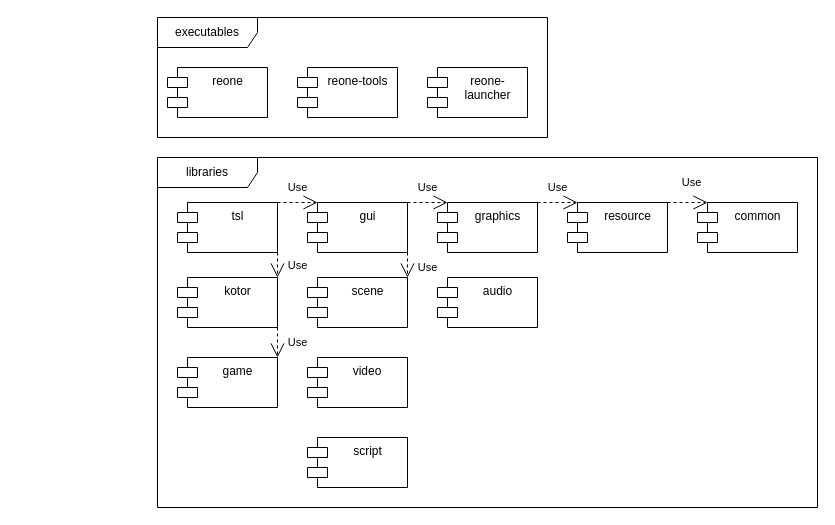
seedhartha/reone keeps this draw.io diagram as doc/diagram/modules.drawio. Above is the earlier version. Source tidied: cells renumbered, new cells numbered last; positions are measured from the earlier drawing's top-left corner, leaving out a move shared by most shapes. Both pictures are drawn from the tidied source at 100%, with x=0, y=0 at pixel (157, 17).
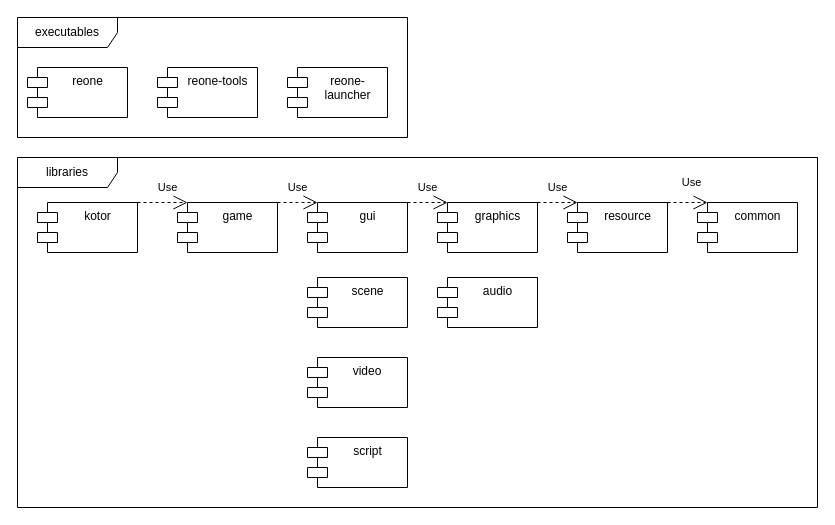
The same diagram, later.

The change refers to these unchanged cells:
```xml
<mxCell id="8" value="scene" style="shape=module;align=left;spacingLeft=20;align=center;verticalAlign=top;html=1;" parent="1" vertex="1">
  <mxGeometry x="150" y="260" width="100" height="50" as="geometry" />
</mxCell>
<mxCell id="9" value="gui" style="shape=module;align=left;spacingLeft=20;align=center;verticalAlign=top;html=1;" parent="1" vertex="1">
  <mxGeometry x="150" y="185" width="100" height="50" as="geometry" />
</mxCell>
```

The edit, as a diff of the source:
```diff
@@
     <mxCell id="2" value="executables" style="shape=umlFrame;whiteSpace=wrap;html=1;width=100;height=30;flipH=0;" parent="1" vertex="1">
-      <mxGeometry width="390" height="120" as="geometry" />
+      <mxGeometry x="-140" width="390" height="120" as="geometry" />
     </mxCell>
     <mxCell id="3" value="libraries" style="shape=umlFrame;whiteSpace=wrap;html=1;width=100;height=30;" parent="1" vertex="1">
-      <mxGeometry y="140" width="660" height="350" as="geometry" />
+      <mxGeometry x="-140" y="140" width="800" height="350" as="geometry" />
     </mxCell>
@@
     <mxCell id="15" style="group;" parent="1" vertex="1">
-      <mxGeometry width="260" height="120" as="geometry" />
+      <mxGeometry x="-140" width="260" height="120" as="geometry" />
     </mxCell>
@@
     <mxCell id="18" value="reone-&lt;br&gt;launcher" style="shape=module;align=left;spacingLeft=20;align=center;verticalAlign=top;html=1;" parent="1" vertex="1">
-      <mxGeometry x="270" y="50" width="100" height="50" as="geometry" />
+      <mxGeometry x="130" y="50" width="100" height="50" as="geometry" />
     </mxCell>
-    <mxCell id="19" value="game" style="shape=module;align=center;spacingLeft=20;align=center;verticalAlign=top;html=1;labelPosition=center;verticalLabelPosition=middle;" parent="1" vertex="1">
-      <mxGeometry x="20" y="340" width="100" height="50" as="geometry" />
-    </mxCell>
-    <mxCell id="20" value="kotor" style="shape=module;align=center;spacingLeft=20;align=center;verticalAlign=top;html=1;labelPosition=center;verticalLabelPosition=middle;" parent="1" vertex="1">
-      <mxGeometry x="20" y="260" width="100" height="50" as="geometry" />
+    <mxCell id="20" value="game" style="shape=module;align=center;spacingLeft=20;align=center;verticalAlign=top;html=1;labelPosition=center;verticalLabelPosition=middle;" parent="1" vertex="1">
+      <mxGeometry x="20" y="185" width="100" height="50" as="geometry" />
     </mxCell>
-    <mxCell id="21" value="tsl" style="shape=module;align=center;spacingLeft=20;align=center;verticalAlign=top;html=1;labelPosition=center;verticalLabelPosition=middle;" parent="1" vertex="1">
-      <mxGeometry x="20" y="185" width="100" height="50" as="geometry" />
+    <mxCell id="21" value="kotor" style="shape=module;align=center;spacingLeft=20;align=center;verticalAlign=top;html=1;labelPosition=center;verticalLabelPosition=middle;" parent="1" vertex="1">
+      <mxGeometry x="-120" y="185" width="100" height="50" as="geometry" />
     </mxCell>
-    <mxCell id="22" value="Use" style="endArrow=open;endSize=12;dashed=1;html=1;rounded=0;edgeStyle=orthogonalEdgeStyle;exitX=1;exitY=0;exitDx=0;exitDy=0;entryX=0;entryY=0;entryDx=10;entryDy=0;entryPerimeter=0;" parent="1" edge="1" source="21" target="9">
+    <mxCell id="22" value="Use" style="endArrow=open;endSize=12;dashed=1;html=1;rounded=0;edgeStyle=orthogonalEdgeStyle;exitX=1;exitY=0;exitDx=0;exitDy=0;entryX=0;entryY=0;entryDx=10;entryDy=0;entryPerimeter=0;" parent="1" edge="1" target="9">
       <mxGeometry y="15" relative="1" as="geometry">
+        <mxPoint x="120" y="185" as="sourcePoint" />
         <Array as="points">
           <mxPoint x="140" y="185" />
           <mxPoint x="140" y="185" />
         </Array>
       </mxGeometry>
     </mxCell>
-    <mxCell id="23" value="Use" style="endArrow=open;endSize=12;dashed=1;html=1;rounded=0;edgeStyle=orthogonalEdgeStyle;exitX=1;exitY=1;exitDx=0;exitDy=0;entryX=1;entryY=0;entryDx=0;entryDy=0;" parent="1" edge="1" source="21" target="20">
-      <mxGeometry y="20" relative="1" as="geometry" />
+    <mxCell id="23" value="Use" style="endArrow=open;endSize=12;dashed=1;html=1;rounded=0;edgeStyle=orthogonalEdgeStyle;exitX=1;exitY=0;exitDx=0;exitDy=0;entryX=0;entryY=0;entryDx=10;entryDy=0;entryPerimeter=0;" parent="1" edge="1" source="21" target="20">
+      <mxGeometry x="0.2" y="15" relative="1" as="geometry">
+        <Array as="points">
+          <mxPoint x="10" y="185" />
+          <mxPoint x="10" y="185" />
+        </Array>
+      </mxGeometry>
     </mxCell>
-    <mxCell id="24" value="Use" style="endArrow=open;endSize=12;dashed=1;html=1;rounded=0;edgeStyle=orthogonalEdgeStyle;exitX=1;exitY=1;exitDx=0;exitDy=0;entryX=1;entryY=0;entryDx=0;entryDy=0;" parent="1" edge="1" source="20" target="19">
-      <mxGeometry y="20" relative="1" as="geometry" />
-    </mxCell>
-    <mxCell id="25" value="Use" style="endArrow=open;endSize=12;dashed=1;html=1;rounded=0;exitX=1;exitY=1;exitDx=0;exitDy=0;entryX=1;entryY=0;entryDx=0;entryDy=0;" parent="1" edge="1" source="9" target="8">
-      <mxGeometry x="0.2" y="20" relative="1" as="geometry" />
-    </mxCell>
```
